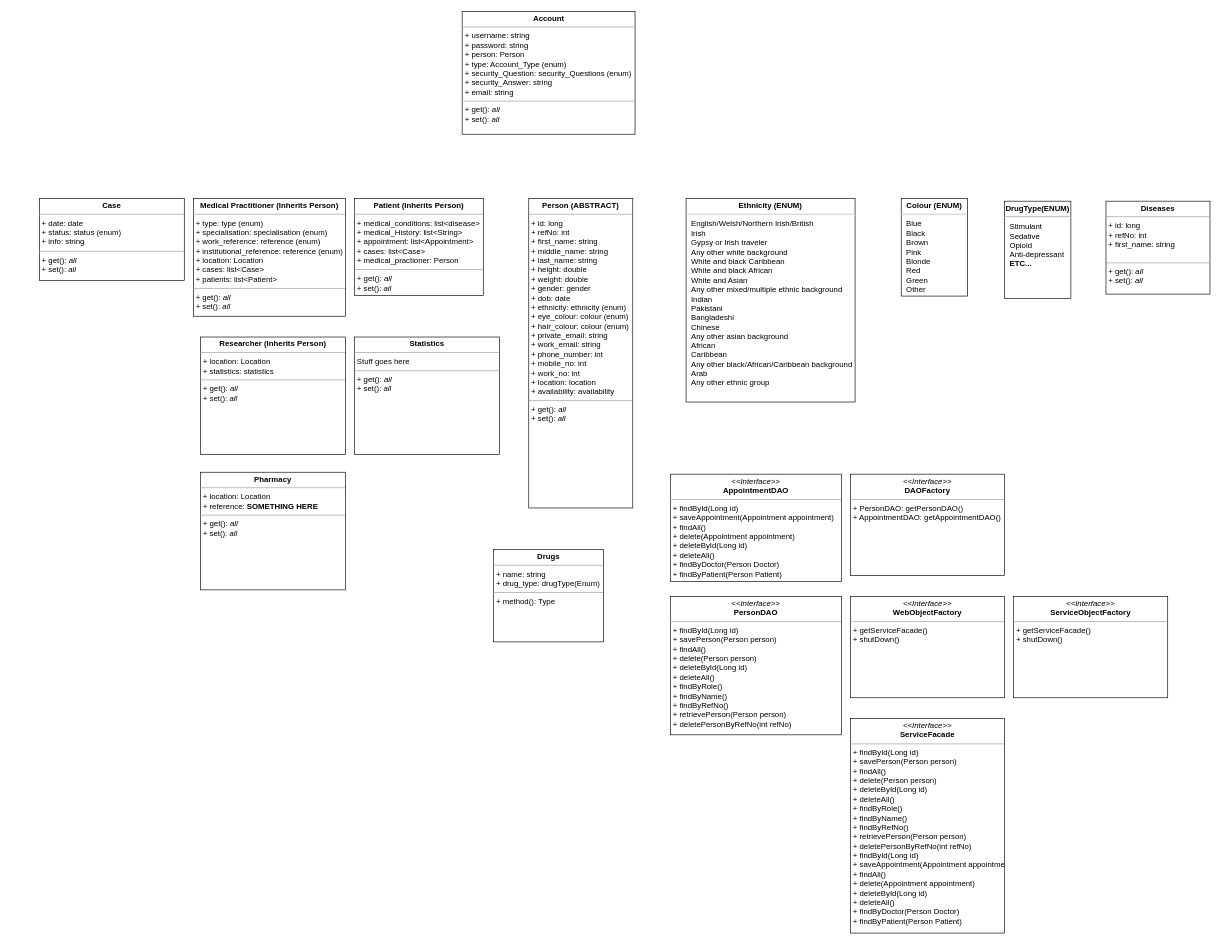
Before: Class Diagram/Class Diagram.drawio in mattdear/circle-lab-project, a draw.io diagram. Source tidied: cells renumbered, new cells numbered last; positions are measured from the earlier drawing's top-left corner, leaving out a move shared by most shapes. Both pictures are drawn from the tidied source at 65%, with x=0, y=0 at pixel (39, 11).
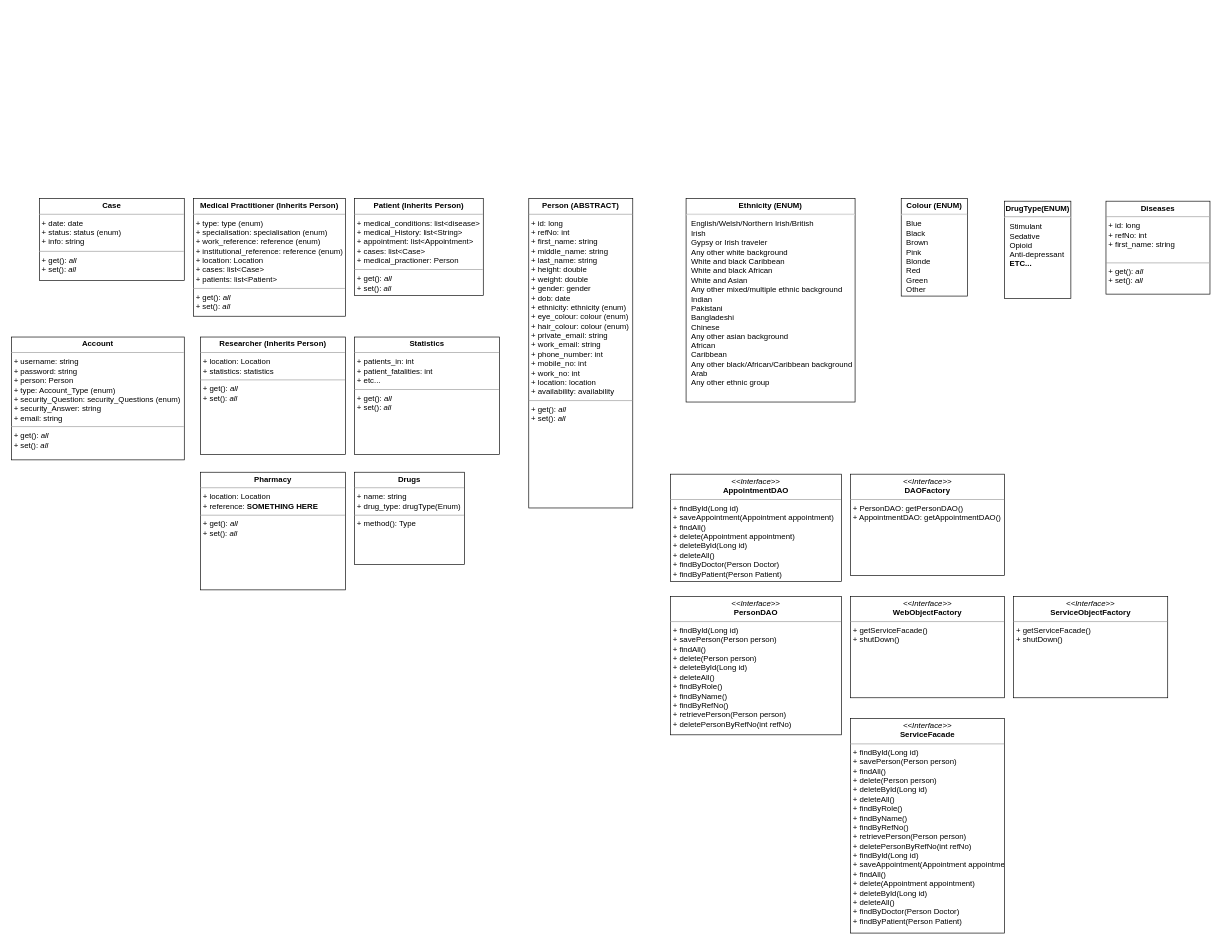
The same diagram, later.

What changed in the source:
```diff
@@
     <mxCell id="11" value="&lt;p style=&quot;margin: 0px ; margin-top: 4px ; text-align: center&quot;&gt;&lt;b&gt;Drugs&lt;/b&gt;&lt;/p&gt;&lt;hr size=&quot;1&quot;&gt;&lt;p style=&quot;margin: 0px ; margin-left: 4px&quot;&gt;+ name: string&lt;/p&gt;&lt;p style=&quot;margin: 0px ; margin-left: 4px&quot;&gt;+ drug_type: drugType(Enum)&lt;/p&gt;&lt;hr size=&quot;1&quot;&gt;&lt;p style=&quot;margin: 0px ; margin-left: 4px&quot;&gt;+ method(): Type&lt;/p&gt;" style="verticalAlign=top;align=left;overflow=fill;fontSize=12;fontFamily=Helvetica;html=1;" parent="1" vertex="1">
-      <mxGeometry x="699" y="828" width="169" height="142" as="geometry" />
+      <mxGeometry x="485" y="709" width="169" height="142" as="geometry" />
     </mxCell>
@@
     <mxCell id="15" value="&lt;p style=&quot;margin: 0px ; margin-top: 4px ; text-align: center&quot;&gt;&lt;b&gt;Account&lt;/b&gt;&lt;/p&gt;&lt;hr size=&quot;1&quot;&gt;&lt;p style=&quot;margin: 0px ; margin-left: 4px&quot;&gt;+ username: string&lt;/p&gt;&lt;p style=&quot;margin: 0px ; margin-left: 4px&quot;&gt;+ password: string&lt;/p&gt;&lt;p style=&quot;margin: 0px ; margin-left: 4px&quot;&gt;+ person: Person&lt;/p&gt;&lt;p style=&quot;margin: 0px ; margin-left: 4px&quot;&gt;+ type: Account_Type (enum)&lt;/p&gt;&lt;p style=&quot;margin: 0px ; margin-left: 4px&quot;&gt;+ security_Question: security_Questions (enum)&lt;/p&gt;&lt;p style=&quot;margin: 0px ; margin-left: 4px&quot;&gt;+ security_Answer: string&lt;/p&gt;&lt;p style=&quot;margin: 0px ; margin-left: 4px&quot;&gt;+ email: string&lt;/p&gt;&lt;hr size=&quot;1&quot;&gt;&lt;p style=&quot;margin: 0px ; margin-left: 4px&quot;&gt;+ get(): &lt;i&gt;all&lt;/i&gt;&lt;/p&gt;&lt;p style=&quot;margin: 0px ; margin-left: 4px&quot;&gt;+ set(): &lt;i&gt;all&lt;/i&gt;&lt;/p&gt;" style="verticalAlign=top;align=left;overflow=fill;fontSize=12;fontFamily=Helvetica;html=1;" parent="1" vertex="1">
-      <mxGeometry x="650.5" width="266" height="189" as="geometry" />
+      <mxGeometry x="-43" y="501" width="266" height="189" as="geometry" />
     </mxCell>
@@
-    <mxCell id="18" value="&lt;p style=&quot;margin: 0px ; margin-top: 4px ; text-align: center&quot;&gt;&lt;b&gt;Statistics&lt;/b&gt;&lt;/p&gt;&lt;hr size=&quot;1&quot;&gt;&lt;p style=&quot;margin: 0px ; margin-left: 4px&quot;&gt;Stuff goes here&lt;/p&gt;&lt;hr size=&quot;1&quot;&gt;&lt;p style=&quot;margin: 0px ; margin-left: 4px&quot;&gt;+ get(): &lt;i&gt;all&lt;/i&gt;&lt;/p&gt;&lt;p style=&quot;margin: 0px ; margin-left: 4px&quot;&gt;+ set(): &lt;i&gt;all&lt;/i&gt;&lt;/p&gt;" style="verticalAlign=top;align=left;overflow=fill;fontSize=12;fontFamily=Helvetica;html=1;" parent="1" vertex="1">
+    <mxCell id="18" value="&lt;p style=&quot;margin: 0px ; margin-top: 4px ; text-align: center&quot;&gt;&lt;b&gt;Statistics&lt;/b&gt;&lt;/p&gt;&lt;hr size=&quot;1&quot;&gt;&lt;p style=&quot;margin: 0px ; margin-left: 4px&quot;&gt;+ patients_in: int&lt;/p&gt;&lt;p style=&quot;margin: 0px ; margin-left: 4px&quot;&gt;+ patient_fatalities: int&lt;/p&gt;&lt;p style=&quot;margin: 0px ; margin-left: 4px&quot;&gt;+ etc...&lt;/p&gt;&lt;hr size=&quot;1&quot;&gt;&lt;p style=&quot;margin: 0px ; margin-left: 4px&quot;&gt;+ get(): &lt;i&gt;all&lt;/i&gt;&lt;/p&gt;&lt;p style=&quot;margin: 0px ; margin-left: 4px&quot;&gt;+ set(): &lt;i&gt;all&lt;/i&gt;&lt;/p&gt;" style="verticalAlign=top;align=left;overflow=fill;fontSize=12;fontFamily=Helvetica;html=1;" parent="1" vertex="1">
       <mxGeometry x="485" y="501" width="223" height="181" as="geometry" />
     </mxCell>
```
